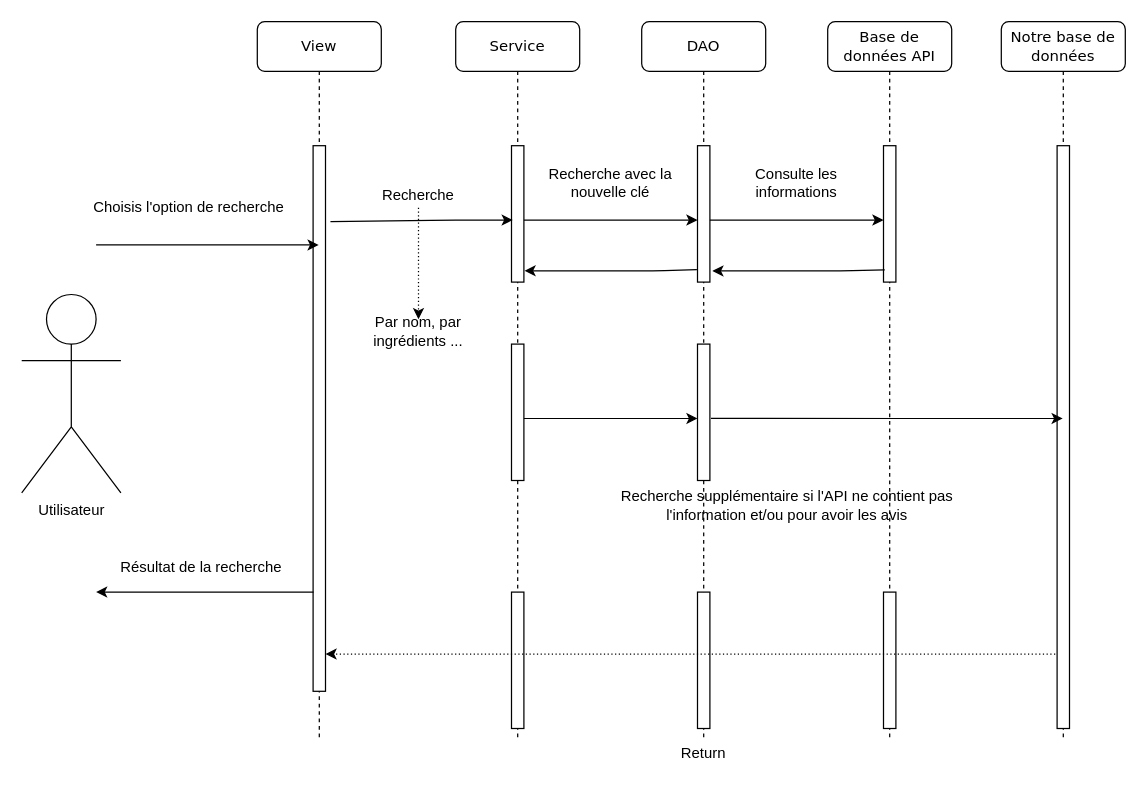
The draw.io diagram Untitled Diagram.drawio in wahib299/ProjetInfo2A, before the edit. Source tidied: cells renumbered, new cells numbered last; positions are measured from the earlier drawing's top-left corner, leaving out a move shared by most shapes. Both pictures are drawn from the tidied source at 124%, with x=0, y=0 at pixel (21, 21).
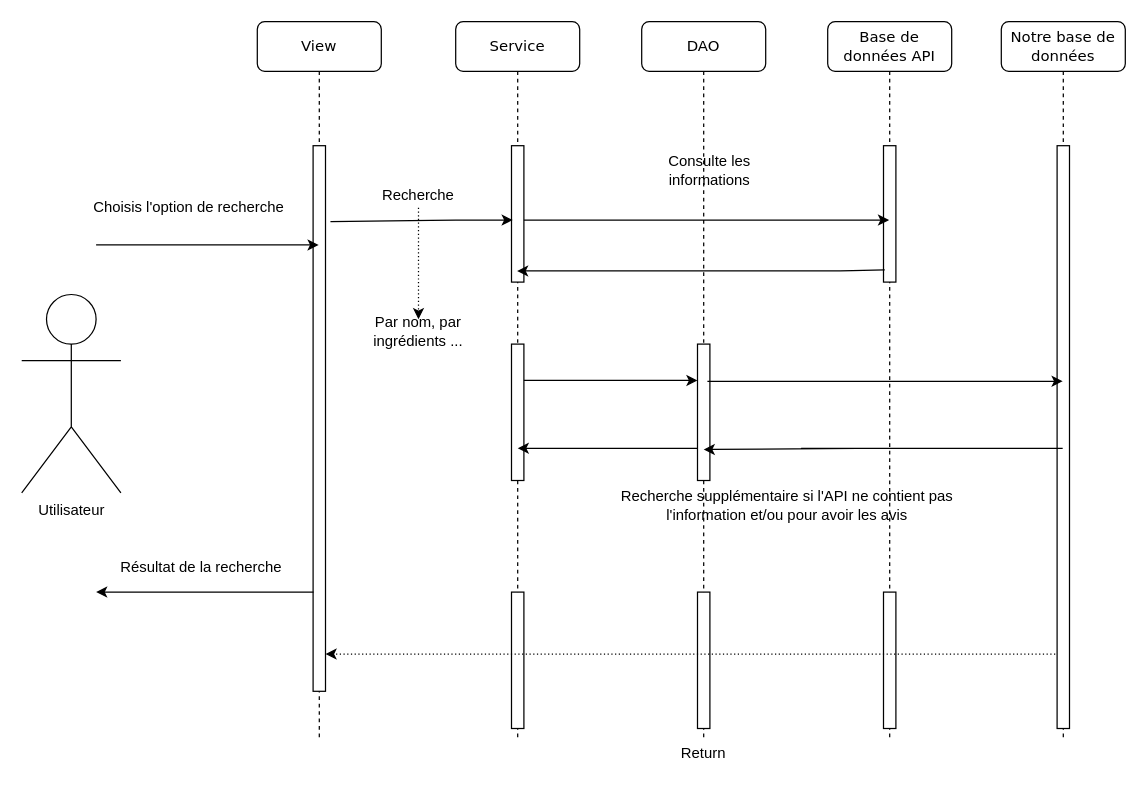
The same diagram, later.

Unchanged cells that the change refers to:
```xml
<mxCell id="4" value="Service" style="shape=umlLifeline;perimeter=lifelinePerimeter;whiteSpace=wrap;html=1;outlineConnect=0;rounded=1;shadow=0;comic=0;labelBackgroundColor=none;strokeWidth=1;fontFamily=Verdana;fontSize=12;align=center;" parent="1" vertex="1">
  <mxGeometry x="350" width="100" height="580" as="geometry" />
</mxCell>
<mxCell id="8" value="DAO" style="shape=umlLifeline;perimeter=lifelinePerimeter;whiteSpace=wrap;html=1;rounded=1;shadow=0;comic=0;labelBackgroundColor=none;strokeWidth=1;fontFamily=Verdana;fontSize=12;align=center;" parent="1" vertex="1">
  <mxGeometry x="500" width="100" height="580" as="geometry" />
</mxCell>
<mxCell id="12" style="html=1;points=[];perimeter=orthogonalPerimeter;rounded=0;shadow=0;comic=0;labelBackgroundColor=none;strokeWidth=1;fontFamily=Verdana;fontSize=12;align=center;" parent="8" vertex="1">
  <mxGeometry x="45" y="260" width="10" height="110" as="geometry" />
</mxCell>
<mxCell id="13" value="Base de données API" style="shape=umlLifeline;perimeter=lifelinePerimeter;whiteSpace=wrap;html=1;outlineConnect=0;rounded=1;shadow=0;comic=0;labelBackgroundColor=none;strokeWidth=1;fontFamily=Verdana;fontSize=12;align=center;" parent="1" vertex="1">
  <mxGeometry x="650" width="100" height="580" as="geometry" />
</mxCell>
<mxCell id="28" value="Notre base de données" style="shape=umlLifeline;perimeter=lifelinePerimeter;whiteSpace=wrap;html=1;outlineConnect=0;rounded=1;shadow=0;comic=0;labelBackgroundColor=none;strokeWidth=1;fontFamily=Verdana;fontSize=12;align=center;" parent="1" vertex="1">
  <mxGeometry x="790" width="100" height="580" as="geometry" />
</mxCell>
```

Change to the diagram source:
```diff
@@
-    <mxCell id="9" style="html=1;points=[];perimeter=orthogonalPerimeter;rounded=0;shadow=0;comic=0;labelBackgroundColor=none;strokeWidth=1;fontFamily=Verdana;fontSize=12;align=center;" parent="8" vertex="1">
-      <mxGeometry x="45" y="100" width="10" height="110" as="geometry" />
-    </mxCell>
@@
-    <mxCell id="22" value="Recherche avec la nouvelle clé" style="text;html=1;strokeColor=none;fillColor=none;align=center;verticalAlign=middle;whiteSpace=wrap;rounded=0;spacing=2;" parent="1" vertex="1">
-      <mxGeometry x="420" y="120" width="110" height="20" as="geometry" />
-    </mxCell>
     <mxCell id="23" value="Consulte les informations" style="text;html=1;strokeColor=none;fillColor=none;align=center;verticalAlign=middle;whiteSpace=wrap;rounded=0;" parent="1" vertex="1">
-      <mxGeometry x="560" y="120" width="130" height="20" as="geometry" />
+      <mxGeometry x="490" y="110" width="130" height="20" as="geometry" />
     </mxCell>
@@
-    <mxCell id="30" style="endArrow=classic;html=1;exitX=1.086;exitY=0.545;exitDx=0;exitDy=0;exitPerimeter=0;" parent="1" edge="1" source="12" target="28">
+    <mxCell id="30" style="endArrow=classic;html=1;exitX=0.8;exitY=0.273;exitDx=0;exitDy=0;exitPerimeter=0;" parent="1" edge="1" source="12" target="28">
       <mxGeometry relative="1" as="geometry">
         <Array as="points">
-          <mxPoint x="720" y="320" />
+          <mxPoint x="620" y="290" />
+          <mxPoint x="680" y="290" />
         </Array>
       </mxGeometry>
     </mxCell>
-    <mxCell id="31" style="endArrow=classic;html=1;" parent="1" edge="1">
+    <mxCell id="31" style="endArrow=classic;html=1;" parent="1" edge="1" target="13">
       <mxGeometry relative="1" as="geometry">
         <mxPoint x="405" y="160" as="sourcePoint" />
-        <mxPoint x="545" y="160" as="targetPoint" />
         <Array as="points">
           <mxPoint x="495" y="160" />
         </Array>
       </mxGeometry>
     </mxCell>
-    <mxCell id="32" style="endArrow=classic;html=1;" parent="1" edge="1">
-      <mxGeometry relative="1" as="geometry">
-        <mxPoint x="555" y="160" as="sourcePoint" />
-        <mxPoint x="695" y="160" as="targetPoint" />
-        <Array as="points">
-          <mxPoint x="645" y="160" />
-        </Array>
-      </mxGeometry>
-    </mxCell>
@@
-    <mxCell id="34" style="endArrow=classic;html=1;entryX=1.2;entryY=0.918;entryDx=0;entryDy=0;entryPerimeter=0;exitX=0.1;exitY=0.213;exitDx=0;exitDy=0;exitPerimeter=0;" parent="1" edge="1" target="9">
+    <mxCell id="34" style="endArrow=classic;html=1;exitX=0.1;exitY=0.213;exitDx=0;exitDy=0;exitPerimeter=0;" parent="1" edge="1" target="4">
       <mxGeometry relative="1" as="geometry">
         <mxPoint x="696" y="200.1" as="sourcePoint" />
         <Array as="points">
           <mxPoint x="660" y="201" />
           <mxPoint x="640" y="201" />
         </Array>
       </mxGeometry>
     </mxCell>
-    <mxCell id="35" style="endArrow=classic;html=1;entryX=1.2;entryY=0.918;entryDx=0;entryDy=0;entryPerimeter=0;exitX=0.1;exitY=0.213;exitDx=0;exitDy=0;exitPerimeter=0;" parent="1" edge="1">
-      <mxGeometry relative="1" as="geometry">
-        <mxPoint x="544.5" y="200" as="sourcePoint" />
-        <mxPoint x="405.5" y="200.9" as="targetPoint" />
-        <Array as="points">
-          <mxPoint x="508.5" y="200.9" />
-          <mxPoint x="488.5" y="200.9" />
-        </Array>
-      </mxGeometry>
-    </mxCell>
     <mxCell id="36" style="endArrow=classic;html=1;" parent="1" edge="1">
       <mxGeometry relative="1" as="geometry">
-        <mxPoint x="405" y="320" as="sourcePoint" />
-        <mxPoint x="545" y="320" as="targetPoint" />
+        <mxPoint x="405" y="289.3" as="sourcePoint" />
+        <mxPoint x="545" y="289.3" as="targetPoint" />
         <Array as="points">
-          <mxPoint x="495" y="320" />
+          <mxPoint x="495" y="289.3" />
         </Array>
       </mxGeometry>
     </mxCell>
@@
+    <mxCell id="38" style="endArrow=classic;html=1;" parent="1" edge="1">
+      <mxGeometry relative="1" as="geometry">
+        <mxPoint x="410" y="344" as="sourcePoint" />
+        <mxPoint x="400" y="344" as="targetPoint" />
+        <Array as="points">
+          <mxPoint x="550" y="344" />
+        </Array>
+      </mxGeometry>
+    </mxCell>
+    <mxCell id="39" style="endArrow=classic;html=1;" parent="1" edge="1" source="28">
+      <mxGeometry relative="1" as="geometry">
+        <mxPoint x="550" y="345" as="targetPoint" />
+        <Array as="points">
+          <mxPoint x="623.8" y="344" />
+          <mxPoint x="683.8" y="344" />
+        </Array>
+      </mxGeometry>
+    </mxCell>
```
